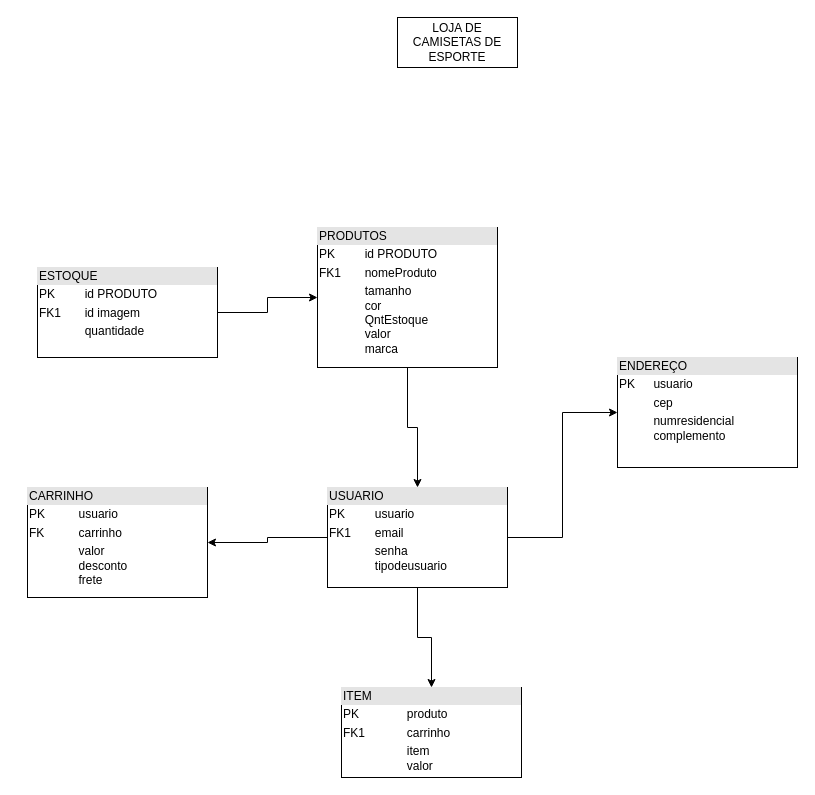
JoaoCavalcanteS/Ecommerce keeps this draw.io diagram as Diagrama sem nome.drawio. Above is the earlier version. Source tidied: cells renumbered, new cells numbered last; positions are measured from the earlier drawing's top-left corner, leaving out a move shared by most shapes. Both pictures are drawn from the tidied source at 100%, with x=0, y=0 at pixel (27, 17).
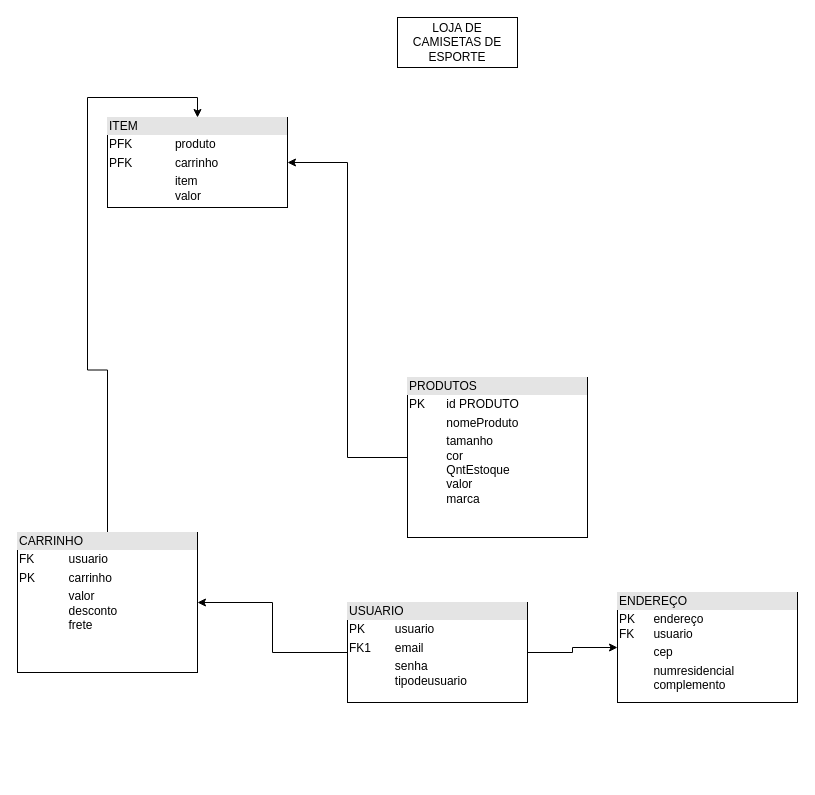
Above is the later version.

Diff of the diagram source:
```diff
@@
 <mxGraphModel>
   <root>
     <mxCell id="0" />
     <mxCell id="1" parent="0" />
     <mxCell id="2" value="LOJA DE CAMISETAS DE ESPORTE" style="rounded=0;whiteSpace=wrap;html=1;" parent="1" vertex="1">
       <mxGeometry x="370" width="120" height="50" as="geometry" />
     </mxCell>
-    <mxCell id="3" style="edgeStyle=orthogonalEdgeStyle;rounded=0;jettySize=auto;html=1;" parent="1" edge="1" source="4" target="6">
-      <mxGeometry relative="1" as="geometry" />
-    </mxCell>
-    <mxCell id="4" value="&lt;div style=&quot;box-sizing:border-box;width:100%;background:#e4e4e4;padding:2px;&quot;&gt;ESTOQUE&lt;/div&gt;&lt;table style=&quot;width:100%;font-size:1em;&quot; cellpadding=&quot;2&quot; cellspacing=&quot;0&quot;&gt;&lt;tbody&gt;&lt;tr&gt;&lt;td&gt;PK&lt;/td&gt;&lt;td&gt;id PRODUTO&lt;/td&gt;&lt;/tr&gt;&lt;tr&gt;&lt;td&gt;FK1&lt;/td&gt;&lt;td&gt;id imagem&lt;/td&gt;&lt;/tr&gt;&lt;tr&gt;&lt;td&gt;&lt;/td&gt;&lt;td&gt;quantidade&lt;/td&gt;&lt;/tr&gt;&lt;/tbody&gt;&lt;/table&gt;" style="verticalAlign=top;align=left;overflow=fill;html=1;" parent="1" vertex="1">
-      <mxGeometry x="10" y="250" width="180" height="90" as="geometry" />
-    </mxCell>
-    <mxCell id="5" style="edgeStyle=orthogonalEdgeStyle;rounded=0;jettySize=auto;html=1;entryX=0.5;entryY=0;entryDx=0;entryDy=0;" parent="1" edge="1" source="6" target="12">
+    <mxCell id="5" style="edgeStyle=orthogonalEdgeStyle;rounded=0;jettySize=auto;html=1;entryX=1;entryY=0.5;entryDx=0;entryDy=0;" parent="1" edge="1" source="6" target="13">
       <mxGeometry relative="1" as="geometry" />
     </mxCell>
-    <mxCell id="6" value="&lt;div style=&quot;box-sizing:border-box;width:100%;background:#e4e4e4;padding:2px;&quot;&gt;PRODUTOS&lt;/div&gt;&lt;table style=&quot;width:100%;font-size:1em;&quot; cellpadding=&quot;2&quot; cellspacing=&quot;0&quot;&gt;&lt;tbody&gt;&lt;tr&gt;&lt;td&gt;PK&lt;/td&gt;&lt;td&gt;id PRODUTO&lt;/td&gt;&lt;/tr&gt;&lt;tr&gt;&lt;td&gt;FK1&lt;/td&gt;&lt;td&gt;nomeProduto&lt;/td&gt;&lt;/tr&gt;&lt;tr&gt;&lt;td&gt;&lt;/td&gt;&lt;td&gt;tamanho&lt;br&gt;cor&lt;br&gt;QntEstoque&lt;br&gt;valor&lt;br&gt;marca&lt;/td&gt;&lt;/tr&gt;&lt;/tbody&gt;&lt;/table&gt;" style="verticalAlign=top;align=left;overflow=fill;html=1;" parent="1" vertex="1">
-      <mxGeometry x="290" y="210" width="180" height="140" as="geometry" />
+    <mxCell id="6" value="&lt;div style=&quot;box-sizing:border-box;width:100%;background:#e4e4e4;padding:2px;&quot;&gt;PRODUTOS&lt;/div&gt;&lt;table style=&quot;width:100%;font-size:1em;&quot; cellpadding=&quot;2&quot; cellspacing=&quot;0&quot;&gt;&lt;tbody&gt;&lt;tr&gt;&lt;td&gt;PK&lt;/td&gt;&lt;td&gt;id PRODUTO&lt;/td&gt;&lt;/tr&gt;&lt;tr&gt;&lt;td&gt;&lt;br&gt;&lt;/td&gt;&lt;td&gt;nomeProduto&lt;/td&gt;&lt;/tr&gt;&lt;tr&gt;&lt;td&gt;&lt;/td&gt;&lt;td&gt;tamanho&lt;br&gt;cor&lt;br&gt;QntEstoque&lt;br&gt;valor&lt;br&gt;marca&lt;br&gt;&lt;br&gt;&lt;/td&gt;&lt;/tr&gt;&lt;/tbody&gt;&lt;/table&gt;" style="verticalAlign=top;align=left;overflow=fill;html=1;" parent="1" vertex="1">
+      <mxGeometry x="380" y="360" width="180" height="160" as="geometry" />
     </mxCell>
+    <mxCell id="14" style="edgeStyle=orthogonalEdgeStyle;rounded=0;jettySize=auto;html=1;entryX=0.5;entryY=0;entryDx=0;entryDy=0;" parent="1" edge="1" source="7" target="13">
+      <mxGeometry relative="1" as="geometry" />
+    </mxCell>
-    <mxCell id="7" value="&lt;div style=&quot;box-sizing:border-box;width:100%;background:#e4e4e4;padding:2px;&quot;&gt;CARRINHO&lt;/div&gt;&lt;table style=&quot;width:100%;font-size:1em;&quot; cellpadding=&quot;2&quot; cellspacing=&quot;0&quot;&gt;&lt;tbody&gt;&lt;tr&gt;&lt;td&gt;PK&lt;/td&gt;&lt;td&gt;usuario&lt;/td&gt;&lt;/tr&gt;&lt;tr&gt;&lt;td&gt;FK&lt;/td&gt;&lt;td&gt;carrinho&lt;/td&gt;&lt;/tr&gt;&lt;tr&gt;&lt;td&gt;&lt;/td&gt;&lt;td&gt;valor&lt;br&gt;desconto&lt;br&gt;frete&lt;/td&gt;&lt;/tr&gt;&lt;/tbody&gt;&lt;/table&gt;" style="verticalAlign=top;align=left;overflow=fill;html=1;" parent="1" vertex="1">
-      <mxGeometry y="470" width="180" height="110" as="geometry" />
+    <mxCell id="7" value="&lt;div style=&quot;box-sizing:border-box;width:100%;background:#e4e4e4;padding:2px;&quot;&gt;CARRINHO&lt;/div&gt;&lt;table style=&quot;width:100%;font-size:1em;&quot; cellpadding=&quot;2&quot; cellspacing=&quot;0&quot;&gt;&lt;tbody&gt;&lt;tr&gt;&lt;td&gt;FK&lt;/td&gt;&lt;td&gt;usuario&lt;/td&gt;&lt;/tr&gt;&lt;tr&gt;&lt;td&gt;PK&lt;/td&gt;&lt;td&gt;carrinho&lt;/td&gt;&lt;/tr&gt;&lt;tr&gt;&lt;td&gt;&lt;/td&gt;&lt;td&gt;valor&lt;br&gt;desconto&lt;br&gt;frete&lt;/td&gt;&lt;/tr&gt;&lt;/tbody&gt;&lt;/table&gt;" style="verticalAlign=top;align=left;overflow=fill;html=1;" parent="1" vertex="1">
+      <mxGeometry x="-10" y="515" width="180" height="140" as="geometry" />
     </mxCell>
-    <mxCell id="8" value="&lt;div style=&quot;box-sizing:border-box;width:100%;background:#e4e4e4;padding:2px;&quot;&gt;ENDEREÇO&lt;/div&gt;&lt;table style=&quot;width:100%;font-size:1em;&quot; cellpadding=&quot;2&quot; cellspacing=&quot;0&quot;&gt;&lt;tbody&gt;&lt;tr&gt;&lt;td&gt;PK&lt;/td&gt;&lt;td&gt;usuario&lt;/td&gt;&lt;/tr&gt;&lt;tr&gt;&lt;td&gt;&lt;br&gt;&lt;/td&gt;&lt;td&gt;cep&lt;/td&gt;&lt;/tr&gt;&lt;tr&gt;&lt;td&gt;&lt;/td&gt;&lt;td&gt;numresidencial&lt;br&gt;complemento&lt;br&gt;&lt;/td&gt;&lt;/tr&gt;&lt;/tbody&gt;&lt;/table&gt;" style="verticalAlign=top;align=left;overflow=fill;html=1;" parent="1" vertex="1">
-      <mxGeometry x="590" y="340" width="180" height="110" as="geometry" />
+    <mxCell id="8" value="&lt;div style=&quot;box-sizing:border-box;width:100%;background:#e4e4e4;padding:2px;&quot;&gt;ENDEREÇO&lt;/div&gt;&lt;table style=&quot;width:100%;font-size:1em;&quot; cellpadding=&quot;2&quot; cellspacing=&quot;0&quot;&gt;&lt;tbody&gt;&lt;tr&gt;&lt;td&gt;PK&lt;br&gt;FK&lt;/td&gt;&lt;td&gt;endereço&lt;br&gt;usuario&lt;/td&gt;&lt;/tr&gt;&lt;tr&gt;&lt;td&gt;&lt;br&gt;&lt;/td&gt;&lt;td&gt;cep&lt;/td&gt;&lt;/tr&gt;&lt;tr&gt;&lt;td&gt;&lt;/td&gt;&lt;td&gt;numresidencial&lt;br&gt;complemento&lt;br&gt;&lt;/td&gt;&lt;/tr&gt;&lt;/tbody&gt;&lt;/table&gt;" style="verticalAlign=top;align=left;overflow=fill;html=1;" parent="1" vertex="1">
+      <mxGeometry x="590" y="575" width="180" height="110" as="geometry" />
     </mxCell>
     <mxCell id="9" style="edgeStyle=orthogonalEdgeStyle;rounded=0;jettySize=auto;html=1;entryX=1;entryY=0.5;entryDx=0;entryDy=0;" parent="1" edge="1" source="12" target="7">
       <mxGeometry relative="1" as="geometry" />
     </mxCell>
     <mxCell id="10" style="edgeStyle=orthogonalEdgeStyle;rounded=0;jettySize=auto;html=1;entryX=0;entryY=0.5;entryDx=0;entryDy=0;" parent="1" edge="1" source="12" target="8">
       <mxGeometry relative="1" as="geometry" />
     </mxCell>
-    <mxCell id="11" style="edgeStyle=orthogonalEdgeStyle;rounded=0;jettySize=auto;html=1;entryX=0.5;entryY=0;entryDx=0;entryDy=0;" parent="1" edge="1" source="12" target="13">
-      <mxGeometry relative="1" as="geometry" />
-    </mxCell>
     <mxCell id="12" value="&lt;div style=&quot;box-sizing:border-box;width:100%;background:#e4e4e4;padding:2px;&quot;&gt;USUARIO&lt;/div&gt;&lt;table style=&quot;width:100%;font-size:1em;&quot; cellpadding=&quot;2&quot; cellspacing=&quot;0&quot;&gt;&lt;tbody&gt;&lt;tr&gt;&lt;td&gt;PK&lt;/td&gt;&lt;td&gt;usuario&lt;/td&gt;&lt;/tr&gt;&lt;tr&gt;&lt;td&gt;FK1&lt;/td&gt;&lt;td&gt;email&lt;/td&gt;&lt;/tr&gt;&lt;tr&gt;&lt;td&gt;&lt;/td&gt;&lt;td&gt;senha&lt;br&gt;tipodeusuario&lt;/td&gt;&lt;/tr&gt;&lt;/tbody&gt;&lt;/table&gt;" style="verticalAlign=top;align=left;overflow=fill;html=1;" parent="1" vertex="1">
-      <mxGeometry x="300" y="470" width="180" height="100" as="geometry" />
+      <mxGeometry x="320" y="585" width="180" height="100" as="geometry" />
     </mxCell>
-    <mxCell id="13" value="&lt;div style=&quot;box-sizing:border-box;width:100%;background:#e4e4e4;padding:2px;&quot;&gt;ITEM&lt;/div&gt;&lt;table style=&quot;width:100%;font-size:1em;&quot; cellpadding=&quot;2&quot; cellspacing=&quot;0&quot;&gt;&lt;tbody&gt;&lt;tr&gt;&lt;td&gt;PK&lt;/td&gt;&lt;td&gt;produto&lt;/td&gt;&lt;/tr&gt;&lt;tr&gt;&lt;td&gt;FK1&lt;/td&gt;&lt;td&gt;carrinho&lt;/td&gt;&lt;/tr&gt;&lt;tr&gt;&lt;td&gt;&lt;/td&gt;&lt;td&gt;item&lt;br&gt;valor&lt;/td&gt;&lt;/tr&gt;&lt;/tbody&gt;&lt;/table&gt;" style="verticalAlign=top;align=left;overflow=fill;html=1;" parent="1" vertex="1">
-      <mxGeometry x="314" y="670" width="180" height="90" as="geometry" />
+    <mxCell id="13" value="&lt;div style=&quot;box-sizing:border-box;width:100%;background:#e4e4e4;padding:2px;&quot;&gt;ITEM&lt;/div&gt;&lt;table style=&quot;width:100%;font-size:1em;&quot; cellpadding=&quot;2&quot; cellspacing=&quot;0&quot;&gt;&lt;tbody&gt;&lt;tr&gt;&lt;td&gt;PFK&lt;/td&gt;&lt;td&gt;produto&lt;/td&gt;&lt;/tr&gt;&lt;tr&gt;&lt;td&gt;PFK&lt;/td&gt;&lt;td&gt;carrinho&lt;/td&gt;&lt;/tr&gt;&lt;tr&gt;&lt;td&gt;&lt;/td&gt;&lt;td&gt;item&lt;br&gt;valor&lt;/td&gt;&lt;/tr&gt;&lt;/tbody&gt;&lt;/table&gt;" style="verticalAlign=top;align=left;overflow=fill;html=1;" parent="1" vertex="1">
+      <mxGeometry x="80" y="100" width="180" height="90" as="geometry" />
     </mxCell>
   </root>
 </mxGraphModel>
```
